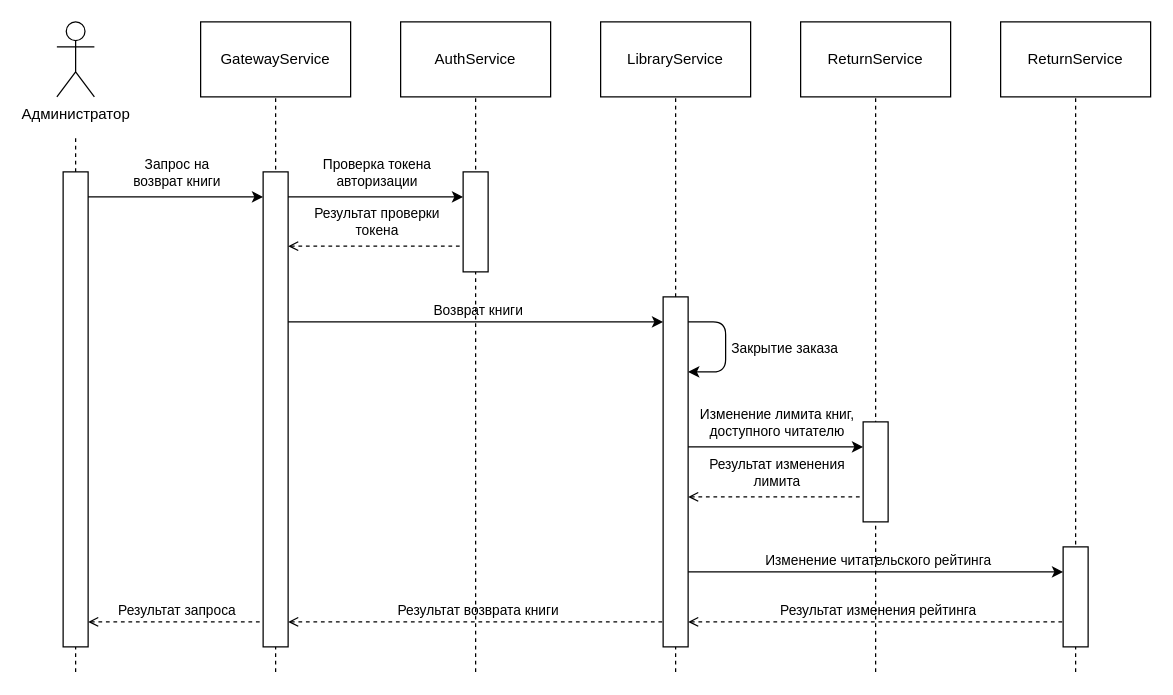
XOMAv2/library-system keeps this draw.io diagram as _doc/Конструкторский раздел/drawio/Диаграмма последовательности действий. Возврат книги.drawio. Above is the earlier version. Source tidied: cells renumbered, new cells numbered last; positions are measured from the earlier drawing's top-left corner, leaving out a move shared by most shapes. Both pictures are drawn from the tidied source at 125%, with x=0, y=0 at pixel (56, 21).
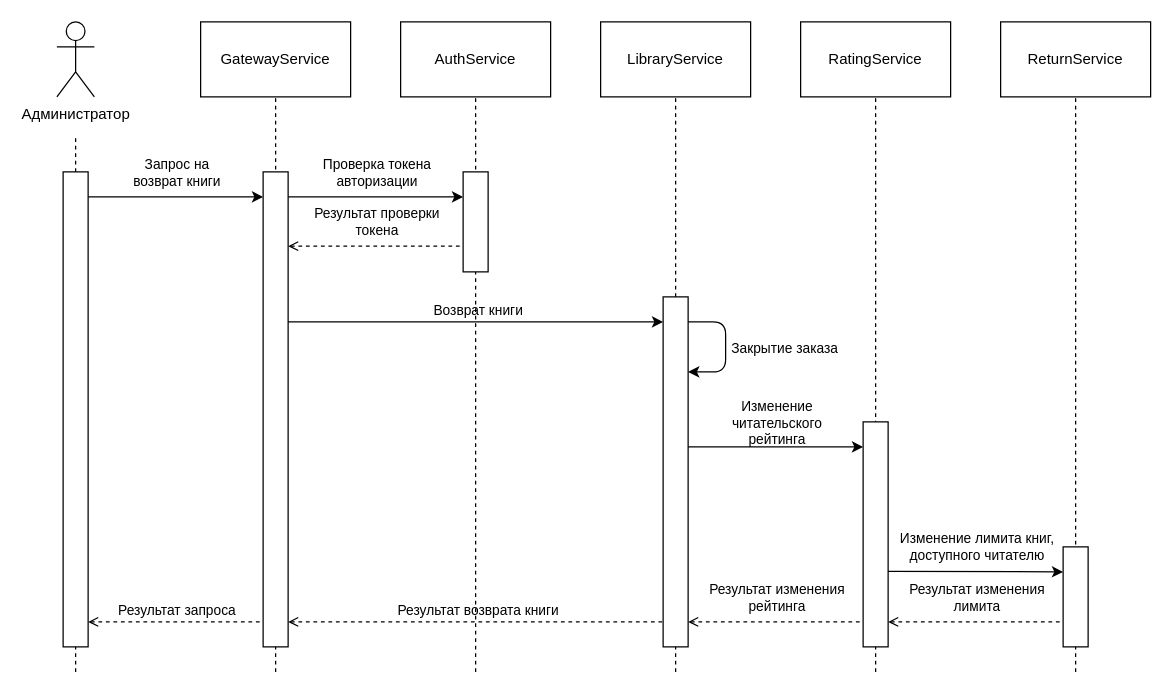
After the change.

The change refers to these unchanged cells:
```xml
<mxCell id="31" style="endArrow=classic;html=1;labelBackgroundColor=none;" parent="1" edge="1">
  <mxGeometry relative="1" as="geometry">
    <mxPoint x="505" y="340" as="sourcePoint" />
    <mxPoint x="645" y="340" as="targetPoint" />
  </mxGeometry>
</mxCell>
```

The edit, as a diff of the source:
```diff
@@
-    <mxCell id="30" value="ReturnService" style="rounded=0;whiteSpace=wrap;html=1;labelBackgroundColor=none;fillColor=none;" parent="1" vertex="1">
+    <mxCell id="30" value="RatingService" style="rounded=0;whiteSpace=wrap;html=1;labelBackgroundColor=none;fillColor=none;" parent="1" vertex="1">
       <mxGeometry x="595" width="120" height="60" as="geometry" />
     </mxCell>
@@
-    <mxCell id="32" value="Изменение лимита книг,&lt;br&gt;доступного читателю" style="edgeLabel;html=1;align=center;verticalAlign=middle;labelBackgroundColor=none;" parent="31" vertex="1">
+    <mxCell id="32" value="Изменение&lt;br&gt;читательского&lt;br&gt;рейтинга" style="edgeLabel;html=1;align=center;verticalAlign=middle;labelBackgroundColor=none;" parent="31" vertex="1">
       <mxGeometry x="-0.24" y="1" relative="1" as="geometry">
         <mxPoint x="17" y="-19" as="offset" />
       </mxGeometry>
     </mxCell>
     <mxCell id="33" style="rounded=0;whiteSpace=wrap;html=1;labelBackgroundColor=none;" parent="1" vertex="1">
-      <mxGeometry x="645" y="320" width="20" height="80" as="geometry" />
+      <mxGeometry x="645" y="320" width="20" height="180" as="geometry" />
     </mxCell>
     <mxCell id="34" style="endArrow=none;dashed=1;html=1;startArrow=open;startFill=0;labelBackgroundColor=none;" parent="1" edge="1">
       <mxGeometry relative="1" as="geometry">
-        <mxPoint x="505" y="380" as="sourcePoint" />
-        <mxPoint x="645" y="380" as="targetPoint" />
+        <mxPoint x="505" y="480" as="sourcePoint" />
+        <mxPoint x="645" y="480" as="targetPoint" />
       </mxGeometry>
     </mxCell>
-    <mxCell id="35" value="Результат изменения&lt;br&gt;лимита" style="edgeLabel;html=1;align=center;verticalAlign=middle;labelBackgroundColor=none;" parent="34" vertex="1">
+    <mxCell id="35" value="Результат изменения&lt;br&gt;рейтинга" style="edgeLabel;html=1;align=center;verticalAlign=middle;labelBackgroundColor=none;" parent="34" vertex="1">
       <mxGeometry x="-0.54" y="-1" relative="1" as="geometry">
         <mxPoint x="38" y="-21" as="offset" />
       </mxGeometry>
     </mxCell>
@@
     <mxCell id="39" style="endArrow=none;dashed=1;html=1;startArrow=open;startFill=0;labelBackgroundColor=none;" parent="1" edge="1">
       <mxGeometry relative="1" as="geometry">
-        <mxPoint x="505" y="480" as="sourcePoint" />
+        <mxPoint x="665" y="480" as="sourcePoint" />
         <mxPoint x="805" y="480" as="targetPoint" />
       </mxGeometry>
     </mxCell>
-    <mxCell id="40" value="Результат изменения рейтинга" style="edgeLabel;html=1;align=center;verticalAlign=middle;labelBackgroundColor=none;" parent="39" vertex="1">
+    <mxCell id="40" value="Результат изменения&lt;br&gt;лимита" style="edgeLabel;html=1;align=center;verticalAlign=middle;labelBackgroundColor=none;" parent="39" vertex="1">
       <mxGeometry x="-0.54" y="-1" relative="1" as="geometry">
-        <mxPoint x="82" y="-11" as="offset" />
+        <mxPoint x="38" y="-21" as="offset" />
       </mxGeometry>
     </mxCell>
-    <mxCell id="41" style="endArrow=classic;html=1;labelBackgroundColor=none;" parent="1" edge="1">
+    <mxCell id="41" style="endArrow=classic;html=1;labelBackgroundColor=none;exitX=1;exitY=0.664;exitDx=0;exitDy=0;exitPerimeter=0;" parent="1" edge="1" source="33">
       <mxGeometry relative="1" as="geometry">
-        <mxPoint x="505" y="440" as="sourcePoint" />
         <mxPoint x="805" y="440" as="targetPoint" />
       </mxGeometry>
     </mxCell>
-    <mxCell id="42" value="Изменение читательского рейтинга" style="edgeLabel;html=1;align=center;verticalAlign=middle;labelBackgroundColor=none;" parent="41" vertex="1">
+    <mxCell id="42" value="Изменение лимита книг,&lt;br&gt;доступного читателю" style="edgeLabel;html=1;align=center;verticalAlign=middle;labelBackgroundColor=none;" parent="41" vertex="1">
       <mxGeometry x="-0.24" y="1" relative="1" as="geometry">
-        <mxPoint x="37" y="-9" as="offset" />
+        <mxPoint x="17" y="-19" as="offset" />
       </mxGeometry>
     </mxCell>
```
